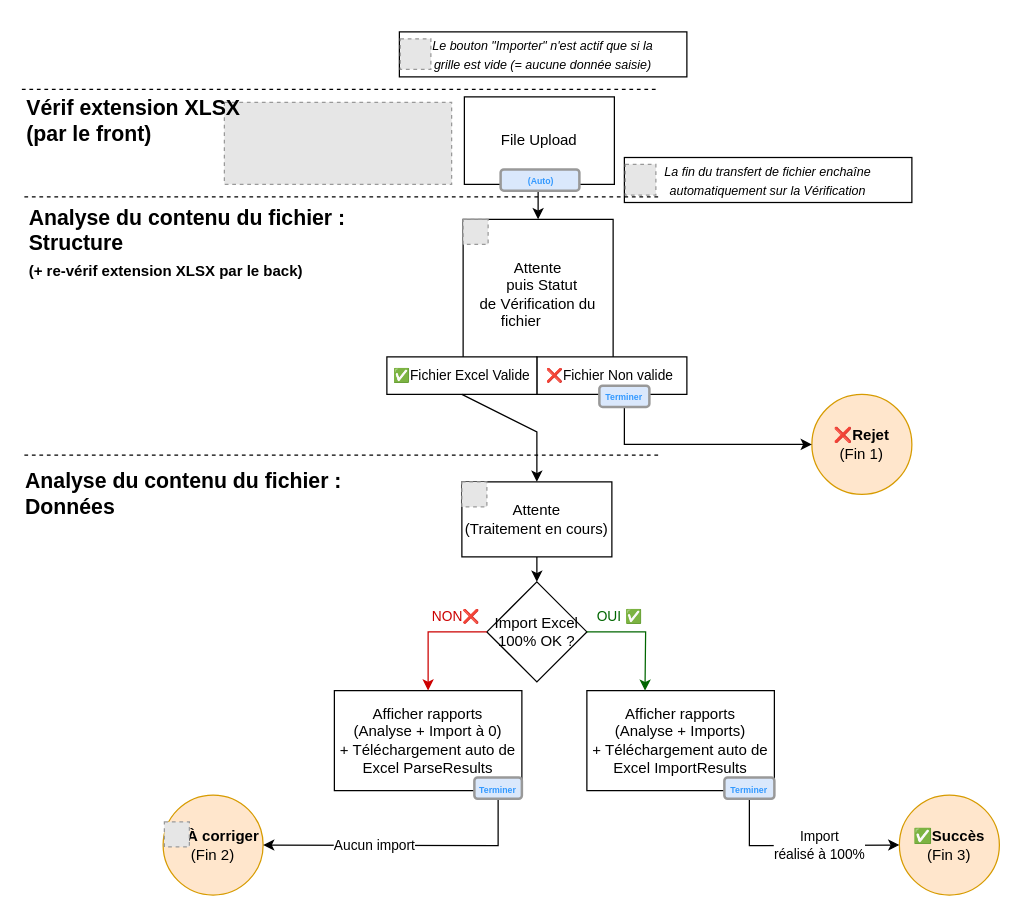
Earlier version of the draw.io diagram Spécifications/Copy of Import Excel - Diagram d'enchaînement des écrans.drawio (xarich/XRIPersonalWiki). Source tidied: cells renumbered, new cells numbered last; positions are measured from the earlier drawing's top-left corner, leaving out a move shared by most shapes. Both pictures are drawn from the tidied source at 125%, with x=0, y=0 at pixel (21, 31). Pictures stored in the file or linked from it are replaced by grey dashed boxes.
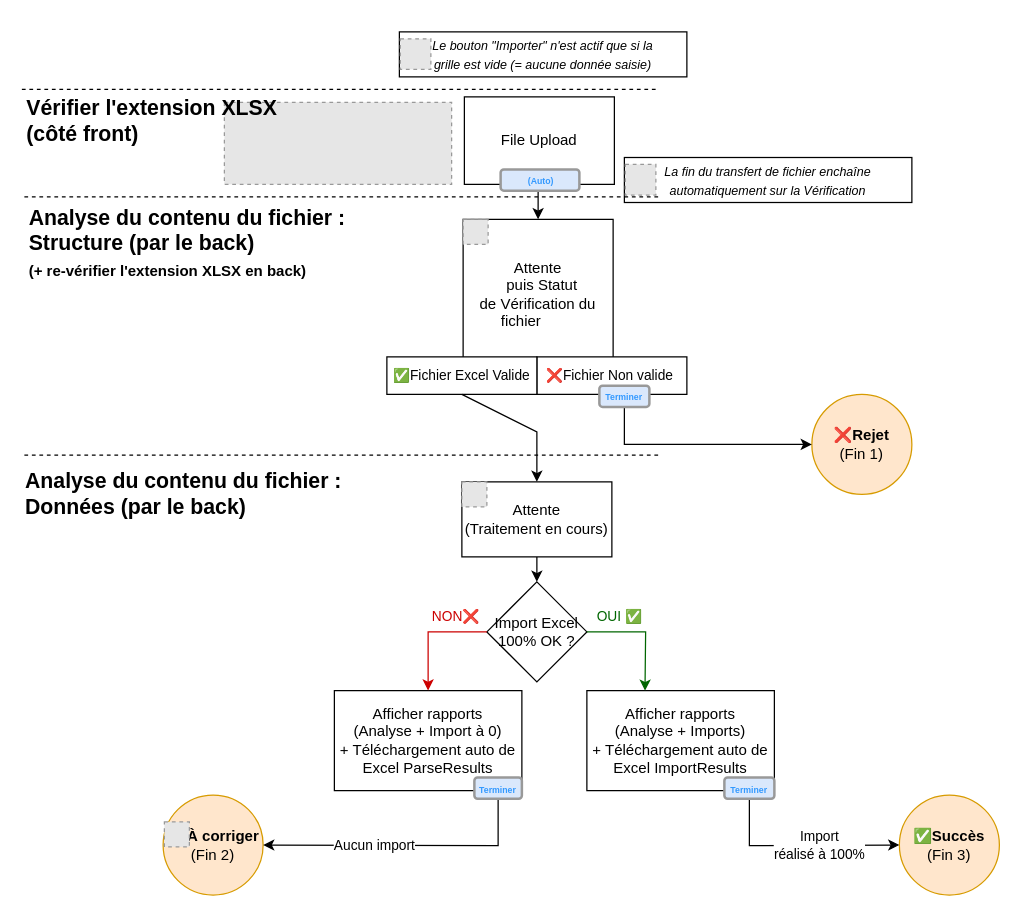
The same page after the edit.

Commit message:
Revue des légendes à gauche

Diff of the diagram source:
```diff
@@
-    <mxCell id="36" value="&lt;div style=&quot;text-align: left&quot;&gt;&lt;span&gt;Analyse du contenu du fichier :&lt;/span&gt;&lt;/div&gt;&lt;div style=&quot;text-align: left&quot;&gt;&lt;span&gt;Structure&lt;/span&gt;&lt;/div&gt;&lt;div style=&quot;text-align: left&quot;&gt;&lt;span style=&quot;font-size: 12px&quot;&gt;(+ re-vérif extension XLSX&amp;nbsp;&lt;/span&gt;&lt;span style=&quot;font-size: 12px&quot;&gt;par le back)&lt;/span&gt;&lt;/div&gt;" style="text;strokeColor=none;fillColor=none;html=1;fontSize=17;fontStyle=1;verticalAlign=middle;align=center;" parent="1" vertex="1">
+    <mxCell id="36" value="&lt;div style=&quot;text-align: left&quot;&gt;&lt;span&gt;Analyse du contenu du fichier :&lt;/span&gt;&lt;/div&gt;&lt;div style=&quot;text-align: left&quot;&gt;&lt;span&gt;Structure&amp;nbsp;&lt;/span&gt;(par le back)&lt;span&gt;&lt;br&gt;&lt;/span&gt;&lt;/div&gt;&lt;div style=&quot;text-align: left&quot;&gt;&lt;span style=&quot;font-size: 12px&quot;&gt;(+ re-vérifier l'extension XLSX en&amp;nbsp;&lt;/span&gt;&lt;span style=&quot;font-size: 12px&quot;&gt;back)&lt;/span&gt;&lt;/div&gt;" style="text;strokeColor=none;fillColor=none;html=1;fontSize=17;fontStyle=1;verticalAlign=middle;align=center;" parent="1" vertex="1">
       <mxGeometry x="81" y="150" width="102" height="40" as="geometry" />
     </mxCell>
-    <mxCell id="37" value="Analyse&amp;nbsp;du contenu du fichier :&lt;br&gt;Données" style="text;strokeColor=none;fillColor=none;html=1;fontSize=17;fontStyle=1;verticalAlign=middle;align=left;" parent="1" vertex="1">
+    <mxCell id="37" value="Analyse&amp;nbsp;du contenu du fichier :&lt;br&gt;Données&amp;nbsp;(par le back)" style="text;strokeColor=none;fillColor=none;html=1;fontSize=17;fontStyle=1;verticalAlign=middle;align=left;" parent="1" vertex="1">
       <mxGeometry x="1" y="350" width="100" height="40" as="geometry" />
     </mxCell>
@@
-    <mxCell id="39" value="Vérif extension XLSX&lt;br&gt;(par le front)" style="text;strokeColor=none;fillColor=none;html=1;fontSize=17;fontStyle=1;verticalAlign=middle;align=left;" parent="1" vertex="1">
+    <mxCell id="39" value="Vérifier l'extension XLSX&lt;br&gt;(côté front)" style="text;strokeColor=none;fillColor=none;html=1;fontSize=17;fontStyle=1;verticalAlign=middle;align=left;" parent="1" vertex="1">
       <mxGeometry x="2" y="50" width="99" height="43.5" as="geometry" />
     </mxCell>
```
